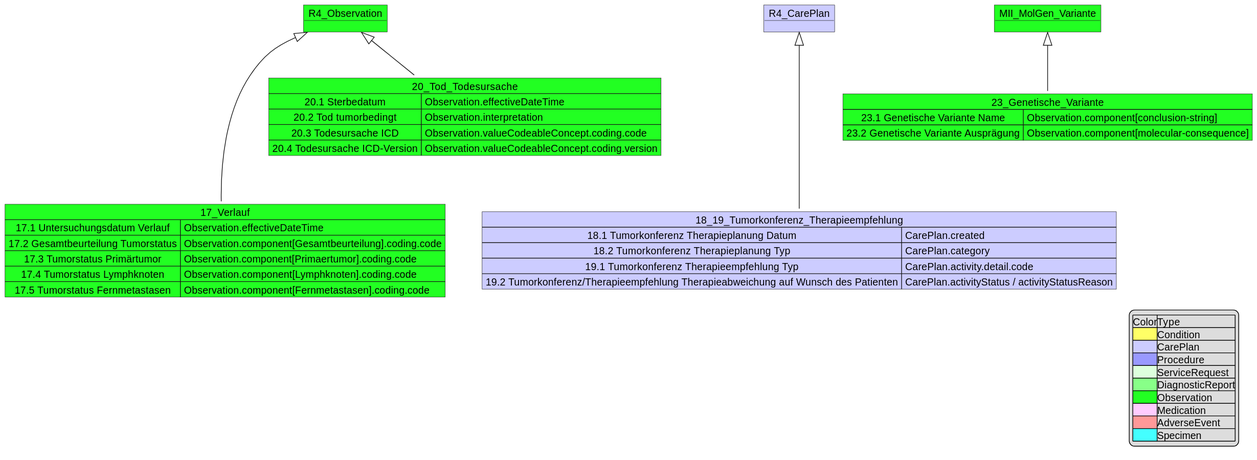
Above: implementation-guides/ImplementationGuide-2024.x-DE/Images/MII_Onko_17-20_23_Others.svg in medizininformatik-initiative/kerndatensatzmodul-onkologie (PlantUML), before the change. The source it was exported from:
```plantuml
@startuml
object R4_Observation #22FF22
Map 17_Verlauf #22FF22{
    17.1 Untersuchungsdatum Verlauf => Observation.effectiveDateTime
    17.2 Gesamtbeurteilung Tumorstatus => Observation.component[Gesamtbeurteilung].coding.code
    17.3 Tumorstatus Primärtumor => Observation.component[Primaertumor].coding.code
    17.4 Tumorstatus Lymphknoten => Observation.component[Lymphknoten].coding.code
    17.5 Tumorstatus Fernmetastasen => Observation.component[Fernmetastasen].coding.code

}
R4_Observation <|-down-- 17_Verlauf

object R4_CarePlan #CCCCFF
Map 18_19_Tumorkonferenz_Therapieempfehlung #CCCCFF{
    18.1 Tumorkonferenz Therapieplanung Datum => CarePlan.created
    18.2 Tumorkonferenz Therapieplanung Typ => CarePlan.category
    19.1 Tumorkonferenz Therapieempfehlung Typ => CarePlan.activity.detail.code
    19.2 Tumorkonferenz/Therapieempfehlung Therapieabweichung auf Wunsch des Patienten => CarePlan.activityStatus / activityStatusReason
}
R4_CarePlan <|-down-- 18_19_Tumorkonferenz_Therapieempfehlung

Map 20_Tod_Todesursache #22FF22 {
 20.1 Sterbedatum => Observation.effectiveDateTime
 20.2 Tod tumorbedingt => Observation.interpretation
 20.3 Todesursache ICD  => Observation.valueCodeableConcept.coding.code
 20.4 Todesursache ICD-Version => Observation.valueCodeableConcept.coding.version
 }
R4_Observation <|-down- 20_Tod_Todesursache

object MII_MolGen_Variante #22FF22
Map 23_Genetische_Variante #22FF22 {
    23.1 Genetische Variante Name => Observation.component[conclusion-string]
    23.2 Genetische Variante Ausprägung => Observation.component[molecular-consequence]
}

MII_MolGen_Variante <|-down- 23_Genetische_Variante

legend right
|Color|Type|
|<#FFFF66>|Condition|
|<#CCCCFF>|CarePlan|
|<#9999FF>|Procedure|
|<#DDFFDD>|ServiceRequest|
|<#88FF88>|DiagnosticReport|
|<#22FF22>|Observation|
|<#FFCCFF>|Medication|
|<#FF9999>|AdverseEvent|
|<#44FFFF>|Specimen|
endlegend
@enduml
```
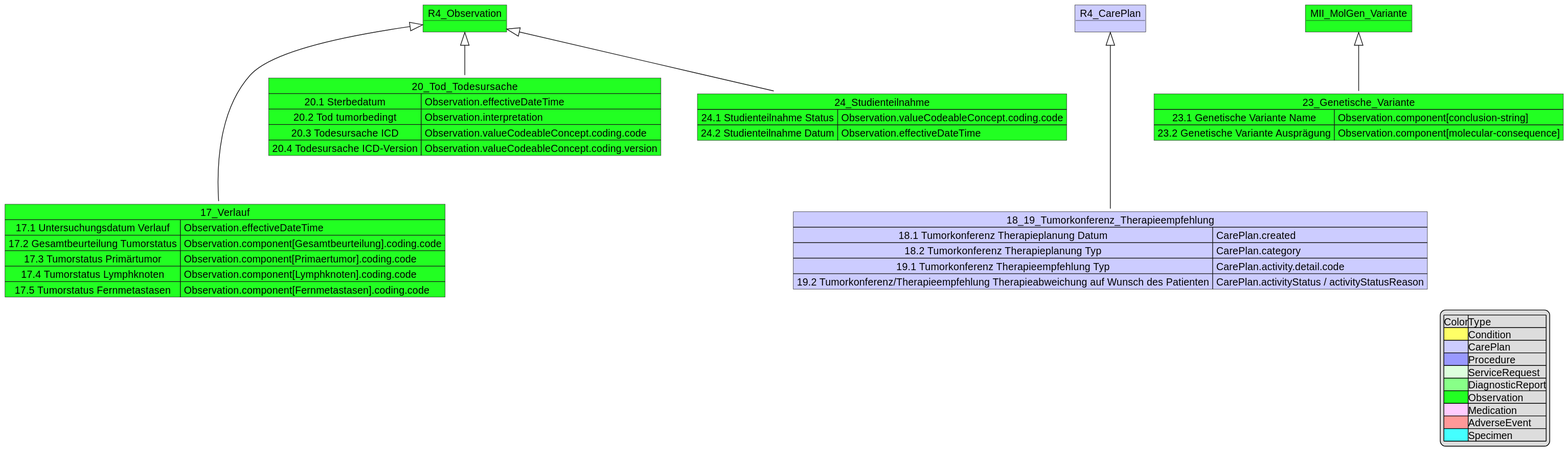
After the change.

Change to the diagram source:
```diff
@@ -32,8 +32,16 @@
     23.1 Genetische Variante Name => Observation.component[conclusion-string]
     23.2 Genetische Variante Ausprägung => Observation.component[molecular-consequence]
 }
+MII_MolGen_Variante <|-down- 23_Genetische_Variante
 
-MII_MolGen_Variante <|-down- 23_Genetische_Variante
+
+Map 24_Studienteilnahme #22FF22 {
+    24.1 Studienteilnahme Status => Observation.valueCodeableConcept.coding.code
+    24.2 Studienteilnahme Datum => Observation.effectiveDateTime
+}
+R4_Observation <|-down- 24_Studienteilnahme
+
+
 
 legend right
 |Color|Type|
```
